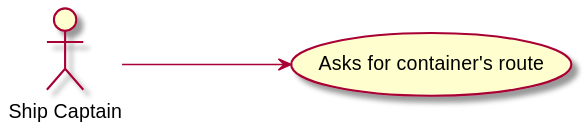
This is docs/Sprint 3/US/US305/US305_UCD.svg from 1190772/LAB-Project-3, a PlantUML export, as it was before one commit. The source it was exported from:
```plantuml
@startuml

left to right direction

:Ship Captain: as SP
(Asks for container's route) as (Use)

SP ---> (Use)
@enduml
```
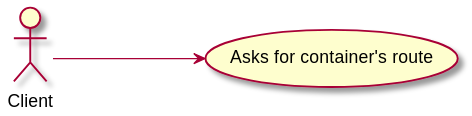
The same diagram one commit later.

Diff of the diagram source:
```diff
@@ -2,8 +2,8 @@
 
 left to right direction
 
-:Ship Captain: as SP
+:Client: as C
 (Asks for container's route) as (Use)
 
-SP ---> (Use)
+C ---> (Use)
 @enduml
```
